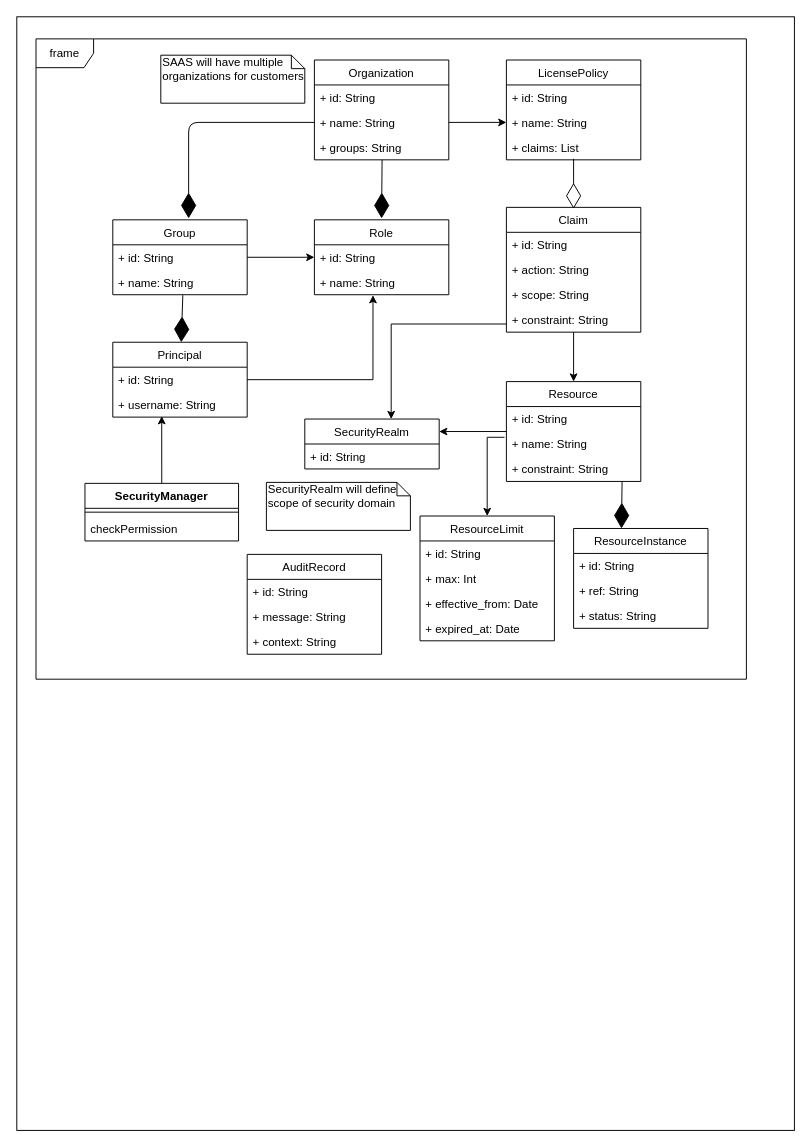
The draw.io diagram images/uml.drawio in bhatti/saas_rbac, before the edit. Source tidied: cells renumbered, new cells numbered last; positions are measured from the earlier drawing's top-left corner, leaving out a move shared by most shapes. Both pictures are drawn from the tidied source at 96%, with x=0, y=0 at pixel (16, 16).
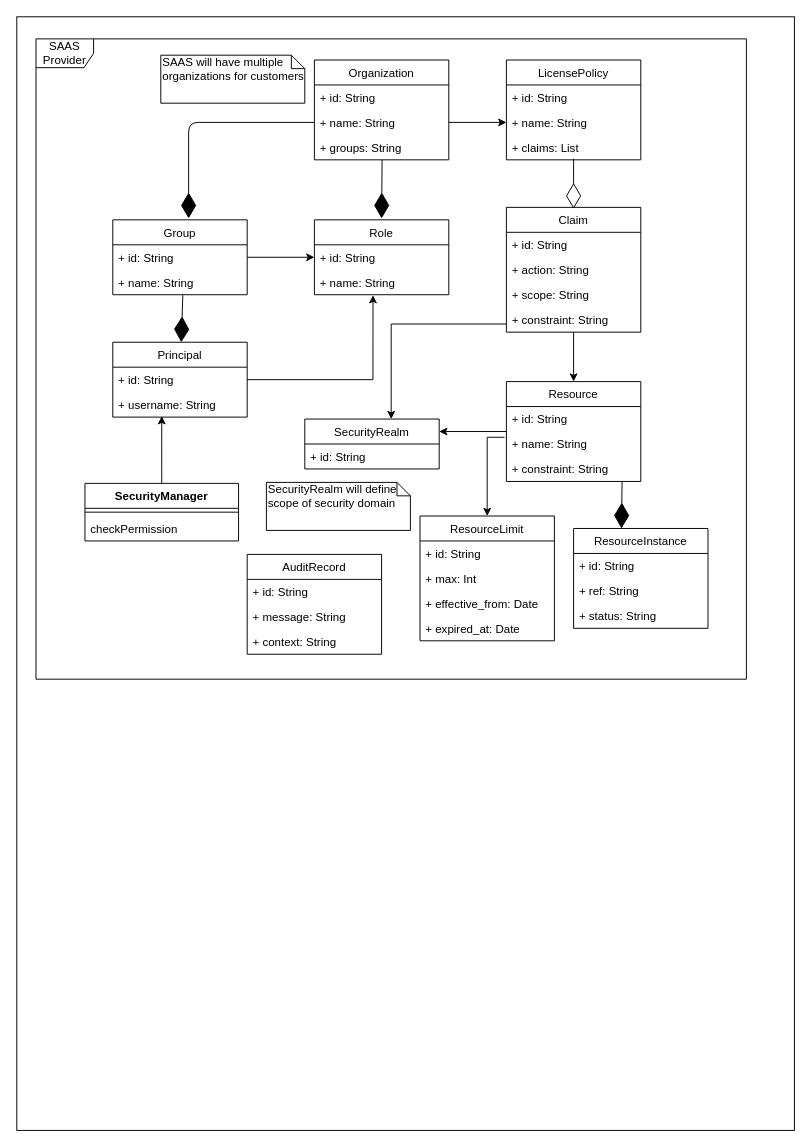
Above is the later version.

The edit, as a diff of the source:
```diff
@@
-    <mxCell id="62" value="frame" style="shape=umlFrame;whiteSpace=wrap;html=1;" parent="1" vertex="1">
+    <mxCell id="62" value="SAAS Provider" style="shape=umlFrame;whiteSpace=wrap;html=1;" parent="1" vertex="1">
       <mxGeometry x="20" y="23" width="740" height="667" as="geometry" />
     </mxCell>
```
